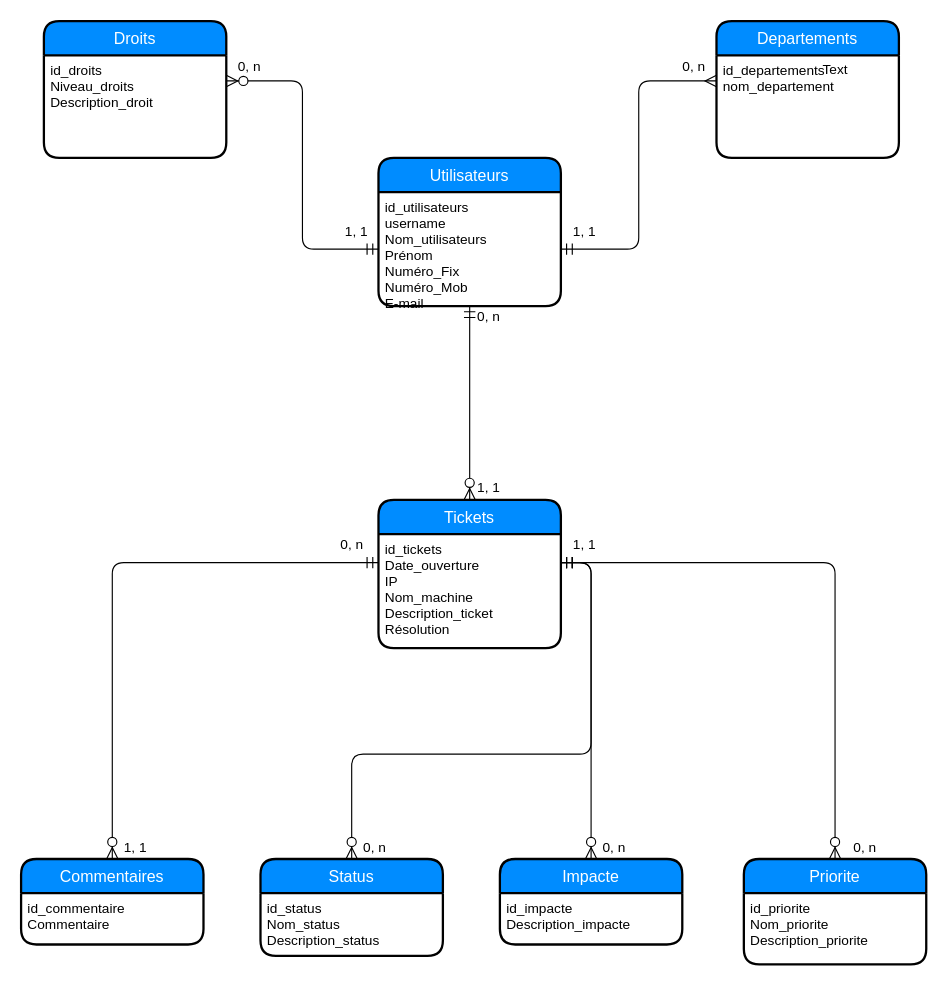
Above: Base de données/MCD_MPTicket.drawio in Hero-Chan/Projet_Ticketing (draw.io), before the change. Source tidied: cells renumbered, new cells numbered last; positions are measured from the earlier drawing's top-left corner, leaving out a move shared by most shapes. Both pictures are drawn from the tidied source at 114%, with x=0, y=0 at pixel (21, 21).
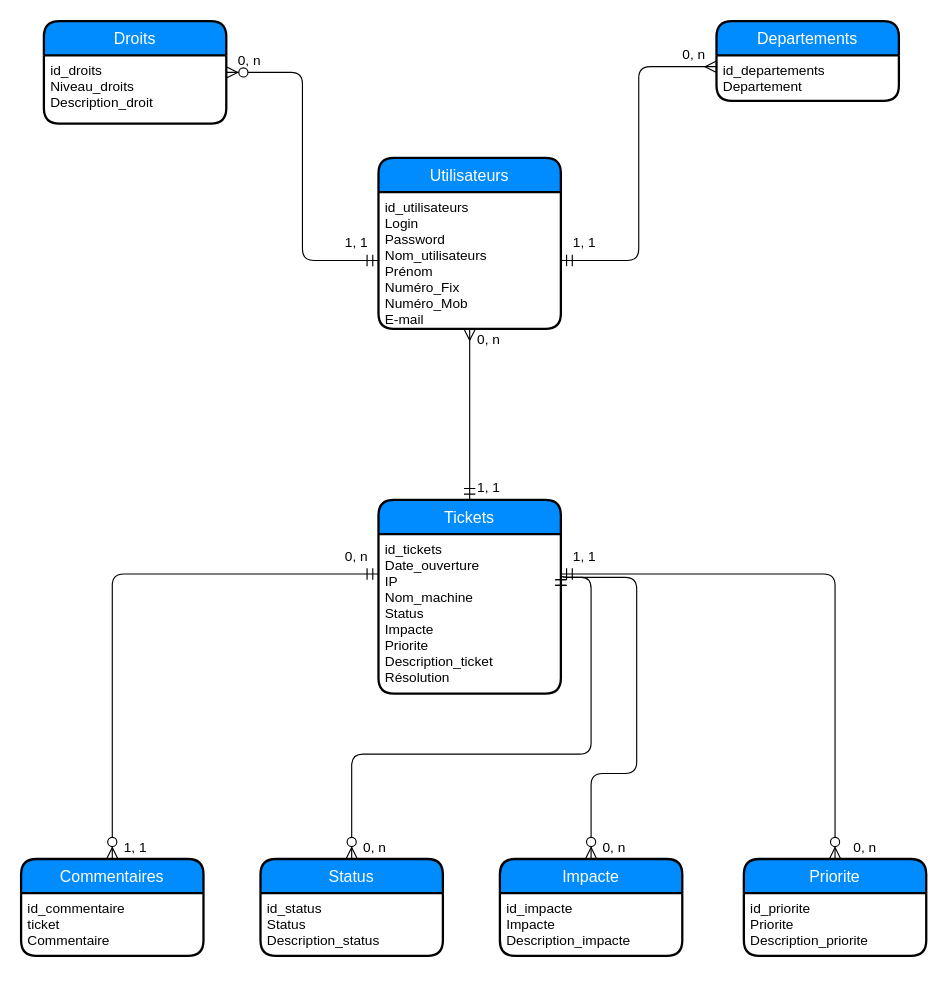
After the change.

The change refers to these unchanged cells:
```xml
<mxCell id="20" value="Status" style="swimlane;horizontal=1;startSize=30;fillColor=#008cff;fontColor=#FFFFFF;rounded=1;fontSize=14;fontStyle=0;strokeWidth=2;shadow=0;dashed=0;align=center;" parent="1" vertex="1">
  <mxGeometry x="210" y="735" width="160" height="85" as="geometry" />
</mxCell>
```

What changed in the source:
```diff
@@
-    <mxCell id="3" style="edgeStyle=orthogonalEdgeStyle;endArrow=ERzeroToMany;startArrow=ERmandOne;shadow=0;strokeWidth=1;endSize=8;startSize=8;exitX=0.5;exitY=1;exitDx=0;exitDy=0;entryX=0.5;entryY=0;entryDx=0;entryDy=0;" parent="1" edge="1" source="15" target="16">
+    <mxCell id="3" style="edgeStyle=orthogonalEdgeStyle;endArrow=ERmandOne;startArrow=ERmany;shadow=0;strokeWidth=1;endSize=8;startSize=8;exitX=0.5;exitY=1;exitDx=0;exitDy=0;entryX=0.5;entryY=0;entryDx=0;entryDy=0;endFill=0;startFill=0;" parent="1" edge="1" source="15" target="16">
       <mxGeometry relative="1" as="geometry" />
     </mxCell>
@@
     <mxCell id="5" style="edgeStyle=orthogonalEdgeStyle;endArrow=ERzeroToMany;startArrow=ERmandOne;shadow=0;strokeWidth=1;endSize=8;startSize=8;entryX=0.5;entryY=0;entryDx=0;entryDy=0;exitX=1;exitY=0.25;exitDx=0;exitDy=0;" parent="1" edge="1" source="17" target="20">
       <mxGeometry relative="1" as="geometry">
         <Array as="points">
-          <mxPoint x="500" y="475" />
+          <mxPoint x="500" y="488" />
           <mxPoint x="500" y="643" />
           <mxPoint x="290" y="643" />
         </Array>
       </mxGeometry>
     </mxCell>
@@
     <mxCell id="7" style="edgeStyle=orthogonalEdgeStyle;endArrow=ERzeroToMany;startArrow=ERmandOne;shadow=0;strokeWidth=1;endSize=8;startSize=8;entryX=0.5;entryY=0;entryDx=0;entryDy=0;exitX=1;exitY=0.25;exitDx=0;exitDy=0;" parent="1" edge="1" source="17" target="22">
       <mxGeometry relative="1" as="geometry">
         <Array as="points">
-          <mxPoint x="500" y="475" />
+          <mxPoint x="540" y="488" />
+          <mxPoint x="540" y="660" />
+          <mxPoint x="500" y="660" />
         </Array>
       </mxGeometry>
     </mxCell>
@@
     <mxCell id="9" value="Droits" style="swimlane;horizontal=1;startSize=30;fillColor=#008cff;fontColor=#FFFFFF;rounded=1;fontSize=14;fontStyle=0;strokeWidth=2;shadow=0;dashed=0;align=center;" parent="1" vertex="1">
-      <mxGeometry x="20" width="160" height="120" as="geometry" />
+      <mxGeometry x="20" width="160" height="90" as="geometry" />
     </mxCell>
     <mxCell id="10" value="id_droits&#10;Niveau_droits&#10;Description_droit" style="align=left;strokeColor=none;fillColor=none;spacingLeft=4;fontSize=12;verticalAlign=top;" parent="9" vertex="1">
-      <mxGeometry y="30" width="160" height="90" as="geometry" />
+      <mxGeometry y="30" width="160" height="60" as="geometry" />
     </mxCell>
     <mxCell id="11" value="Departements" style="swimlane;horizontal=1;startSize=30;fillColor=#008cff;fontColor=#FFFFFF;rounded=1;fontSize=14;fontStyle=0;strokeWidth=2;shadow=0;dashed=0;align=center;" parent="1" vertex="1">
-      <mxGeometry x="610" width="160" height="120" as="geometry" />
+      <mxGeometry x="610" width="160" height="70" as="geometry" />
     </mxCell>
-    <mxCell id="12" value="id_departements&#10;nom_departement" style="align=left;strokeColor=none;fillColor=none;spacingLeft=4;fontSize=12;verticalAlign=top;" parent="11" vertex="1">
-      <mxGeometry y="30" width="160" height="90" as="geometry" />
+    <mxCell id="12" value="id_departements&#10;Departement" style="align=left;strokeColor=none;fillColor=none;spacingLeft=4;fontSize=12;verticalAlign=top;" parent="11" vertex="1">
+      <mxGeometry y="30" width="160" height="40" as="geometry" />
     </mxCell>
-    <mxCell id="13" value="Text" style="text;html=1;align=center;verticalAlign=middle;" parent="1" vertex="1">
-      <mxGeometry x="694" y="33" width="40" height="20" as="geometry" />
-    </mxCell>
     <mxCell id="14" value="Utilisateurs" style="swimlane;horizontal=1;startSize=30;fillColor=#008cff;fontColor=#FFFFFF;rounded=1;fontSize=14;fontStyle=0;strokeWidth=2;shadow=0;dashed=0;align=center;" parent="1" vertex="1">
-      <mxGeometry x="313.5" y="120" width="160" height="130" as="geometry" />
+      <mxGeometry x="313.5" y="120" width="160" height="150" as="geometry" />
     </mxCell>
-    <mxCell id="15" value="id_utilisateurs&#10;username&#10;Nom_utilisateurs&#10;Prénom&#10;Numéro_Fix&#10;Numéro_Mob&#10;E-mail" style="align=left;strokeColor=none;fillColor=none;spacingLeft=4;fontSize=12;verticalAlign=top;" parent="14" vertex="1">
-      <mxGeometry y="30" width="160" height="100" as="geometry" />
+    <mxCell id="15" value="id_utilisateurs&#10;Login&#10;Password&#10;Nom_utilisateurs&#10;Prénom&#10;Numéro_Fix&#10;Numéro_Mob&#10;E-mail" style="align=left;strokeColor=none;fillColor=none;spacingLeft=4;fontSize=12;verticalAlign=top;" parent="14" vertex="1">
+      <mxGeometry y="30" width="160" height="120" as="geometry" />
     </mxCell>
     <mxCell id="16" value="Tickets" style="swimlane;horizontal=1;startSize=30;fillColor=#008cff;fontColor=#FFFFFF;rounded=1;fontSize=14;fontStyle=0;strokeWidth=2;shadow=0;dashed=0;align=center;" parent="1" vertex="1">
-      <mxGeometry x="313.5" y="420" width="160" height="130" as="geometry" />
+      <mxGeometry x="313.5" y="420" width="160" height="170" as="geometry" />
     </mxCell>
-    <mxCell id="17" value="id_tickets&#10;Date_ouverture&#10;IP&#10;Nom_machine&#10;Description_ticket&#10;Résolution" style="align=left;strokeColor=none;fillColor=none;spacingLeft=4;fontSize=12;verticalAlign=top;" parent="16" vertex="1">
-      <mxGeometry y="30" width="160" height="100" as="geometry" />
+    <mxCell id="17" value="id_tickets&#10;Date_ouverture&#10;IP&#10;Nom_machine&#10;Status&#10;Impacte&#10;Priorite&#10;Description_ticket&#10;Résolution" style="align=left;strokeColor=none;fillColor=none;spacingLeft=4;fontSize=12;verticalAlign=top;" parent="16" vertex="1">
+      <mxGeometry y="30" width="160" height="140" as="geometry" />
     </mxCell>
     <mxCell id="18" value="Commentaires" style="swimlane;horizontal=1;startSize=30;fillColor=#008cff;fontColor=#FFFFFF;rounded=1;fontSize=14;fontStyle=0;strokeWidth=2;shadow=0;dashed=0;align=center;" parent="1" vertex="1">
-      <mxGeometry y="735" width="160" height="75" as="geometry" />
+      <mxGeometry y="735" width="160" height="85" as="geometry" />
     </mxCell>
-    <mxCell id="19" value="id_commentaire&#10;Commentaire" style="align=left;strokeColor=none;fillColor=none;spacingLeft=4;fontSize=12;verticalAlign=top;" parent="18" vertex="1">
-      <mxGeometry y="30" width="160" height="45" as="geometry" />
+    <mxCell id="19" value="id_commentaire&#10;ticket&#10;Commentaire" style="align=left;strokeColor=none;fillColor=none;spacingLeft=4;fontSize=12;verticalAlign=top;" parent="18" vertex="1">
+      <mxGeometry y="30" width="160" height="55" as="geometry" />
     </mxCell>
@@
-    <mxCell id="21" value="id_status&#10;Nom_status&#10;Description_status&#10;" style="align=left;strokeColor=none;fillColor=none;spacingLeft=4;fontSize=12;verticalAlign=top;" parent="20" vertex="1">
+    <mxCell id="21" value="id_status&#10;Status&#10;Description_status&#10;" style="align=left;strokeColor=none;fillColor=none;spacingLeft=4;fontSize=12;verticalAlign=top;" parent="20" vertex="1">
       <mxGeometry y="30" width="160" height="55" as="geometry" />
     </mxCell>
     <mxCell id="22" value="Impacte" style="swimlane;horizontal=1;startSize=30;fillColor=#008cff;fontColor=#FFFFFF;rounded=1;fontSize=14;fontStyle=0;strokeWidth=2;shadow=0;dashed=0;align=center;" parent="1" vertex="1">
-      <mxGeometry x="420" y="735" width="160" height="75" as="geometry" />
+      <mxGeometry x="420" y="735" width="160" height="85" as="geometry" />
     </mxCell>
-    <mxCell id="23" value="id_impacte&#10;Description_impacte&#10;&#10;" style="align=left;strokeColor=none;fillColor=none;spacingLeft=4;fontSize=12;verticalAlign=top;" parent="22" vertex="1">
-      <mxGeometry y="30" width="160" height="45" as="geometry" />
+    <mxCell id="23" value="id_impacte&#10;Impacte&#10;Description_impacte&#10;&#10;" style="align=left;strokeColor=none;fillColor=none;spacingLeft=4;fontSize=12;verticalAlign=top;" parent="22" vertex="1">
+      <mxGeometry y="30" width="160" height="55" as="geometry" />
     </mxCell>
     <mxCell id="24" value="Priorite" style="swimlane;horizontal=1;startSize=30;fillColor=#008cff;fontColor=#FFFFFF;rounded=1;fontSize=14;fontStyle=0;strokeWidth=2;shadow=0;dashed=0;align=center;" parent="1" vertex="1">
-      <mxGeometry x="634" y="735" width="160" height="92.5" as="geometry" />
+      <mxGeometry x="634" y="735" width="160" height="85" as="geometry" />
     </mxCell>
-    <mxCell id="25" value="id_priorite&#10;Nom_priorite&#10;Description_priorite&#10;" style="align=left;strokeColor=none;fillColor=none;spacingLeft=4;fontSize=12;verticalAlign=top;" parent="24" vertex="1">
-      <mxGeometry y="30" width="160" height="62.5" as="geometry" />
+    <mxCell id="25" value="id_priorite&#10;Priorite&#10;Description_priorite&#10;" style="align=left;strokeColor=none;fillColor=none;spacingLeft=4;fontSize=12;verticalAlign=top;" parent="24" vertex="1">
+      <mxGeometry y="30" width="160" height="55" as="geometry" />
     </mxCell>
     <mxCell id="26" value="1, 1" style="text;html=1;align=center;verticalAlign=middle;" parent="1" vertex="1">
-      <mxGeometry x="273.5" y="175" width="40" height="20" as="geometry" />
+      <mxGeometry x="273.5" y="185" width="40" height="20" as="geometry" />
     </mxCell>
     <mxCell id="27" value="0, n" style="text;html=1;align=center;verticalAlign=middle;" parent="1" vertex="1">
-      <mxGeometry x="180" y="30" width="40" height="20" as="geometry" />
+      <mxGeometry x="180" y="25" width="40" height="20" as="geometry" />
     </mxCell>
     <mxCell id="28" value="1, 1" style="text;html=1;align=center;verticalAlign=middle;" parent="1" vertex="1">
-      <mxGeometry x="473.5" y="175" width="40" height="20" as="geometry" />
+      <mxGeometry x="473.5" y="185" width="40" height="20" as="geometry" />
     </mxCell>
     <mxCell id="29" value="0, n" style="text;html=1;align=center;verticalAlign=middle;" parent="1" vertex="1">
-      <mxGeometry x="570" y="30" width="40" height="20" as="geometry" />
+      <mxGeometry x="570" y="20" width="40" height="20" as="geometry" />
     </mxCell>
     <mxCell id="30" value="0, n" style="text;html=1;align=center;verticalAlign=middle;" parent="1" vertex="1">
-      <mxGeometry x="390" y="250" width="40" height="20" as="geometry" />
+      <mxGeometry x="390" y="270" width="40" height="20" as="geometry" />
     </mxCell>
@@
     <mxCell id="33" value="1, 1" style="text;html=1;align=center;verticalAlign=middle;" parent="1" vertex="1">
-      <mxGeometry x="473.5" y="450" width="40" height="20" as="geometry" />
+      <mxGeometry x="473.5" y="460" width="40" height="20" as="geometry" />
     </mxCell>
@@
     <mxCell id="37" value="0, n" style="text;html=1;align=center;verticalAlign=middle;" parent="1" vertex="1">
-      <mxGeometry x="270" y="450" width="40" height="20" as="geometry" />
+      <mxGeometry x="273.5" y="460" width="40" height="20" as="geometry" />
     </mxCell>
```
